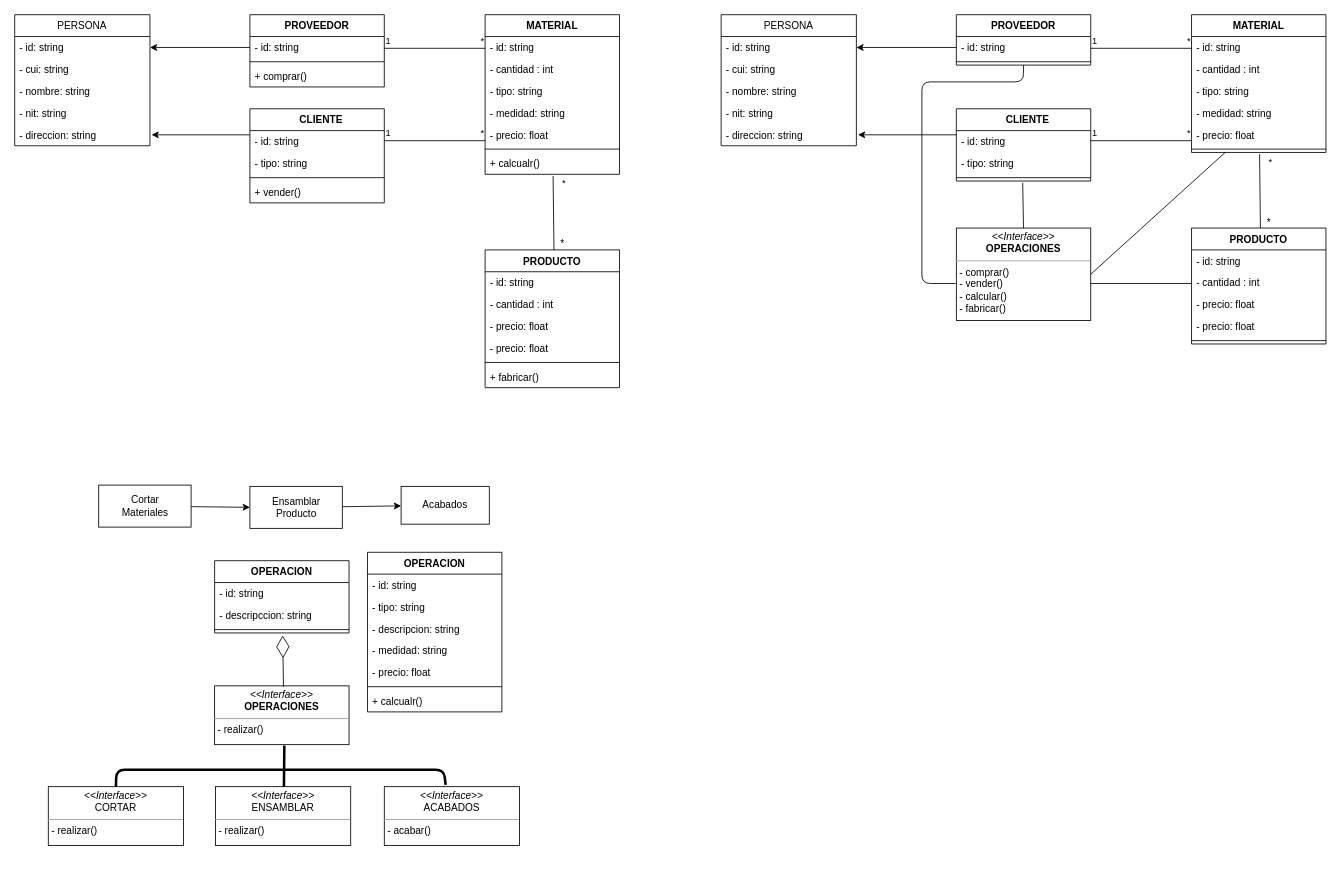
The draw.io diagram UML-Fabrica.drawio in descobar2/Fabrica, before the edit. Source tidied: cells renumbered, new cells numbered last; positions are measured from the earlier drawing's top-left corner, leaving out a move shared by most shapes. Both pictures are drawn from the tidied source at 84%, with x=0, y=0 at pixel (14, 14).
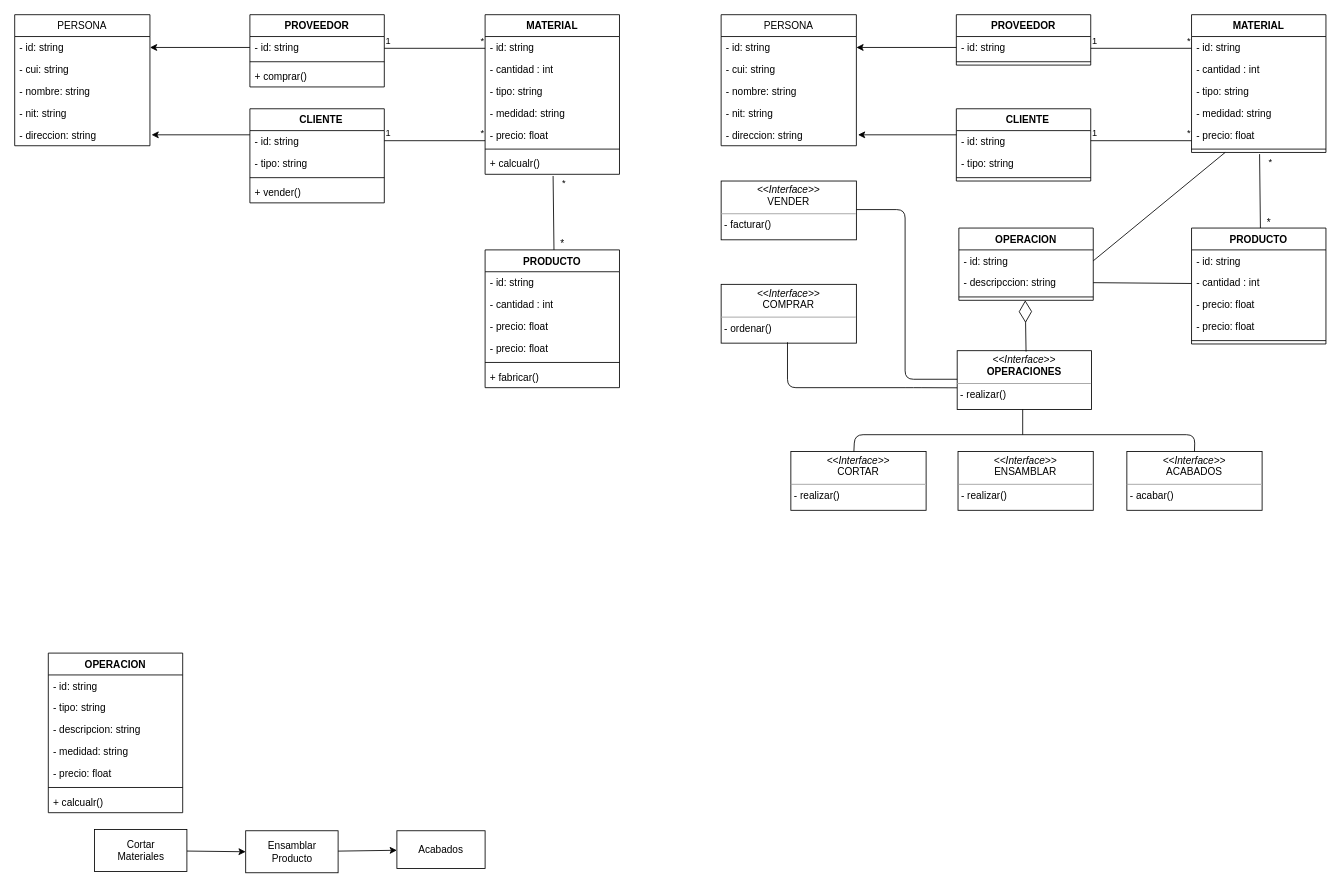
After the change.

Commit message:
Actualizacion uml

Unchanged cells that the change refers to:
```xml
<mxCell id="11" value="- id: string" style="text;strokeColor=none;fillColor=none;align=left;verticalAlign=top;spacingLeft=4;spacingRight=4;overflow=hidden;points=[[0,0.5],[1,0.5]];portConstraint=eastwest;" parent="10" vertex="1">
  <mxGeometry y="26" width="160" height="26" as="geometry" />
</mxCell>
<mxCell id="12" value="- descripccion: string" style="text;strokeColor=none;fillColor=none;align=left;verticalAlign=top;spacingLeft=4;spacingRight=4;overflow=hidden;points=[[0,0.5],[1,0.5]];portConstraint=eastwest;" parent="10" vertex="1">
  <mxGeometry y="52" width="160" height="26" as="geometry" />
</mxCell>
<mxCell id="62" value="MATERIAL" style="swimlane;fontStyle=1;align=center;verticalAlign=top;horizontal=1;startSize=26;" parent="1" vertex="1">
  <mxGeometry x="1401" width="160" height="164" as="geometry" />
</mxCell>
<mxCell id="79" value="PROVEEDOR" style="swimlane;fontStyle=1;align=center;verticalAlign=top;horizontal=1;startSize=26;" parent="1" vertex="1">
  <mxGeometry x="1121" width="160" height="60" as="geometry" />
</mxCell>
```

What changed in the source:
```diff
@@
     <mxCell id="10" value="OPERACION" style="swimlane;fontStyle=1;align=center;verticalAlign=top;horizontal=1;startSize=26;" parent="1" vertex="1">
-      <mxGeometry x="238" y="650" width="160" height="86" as="geometry" />
+      <mxGeometry x="1124" y="254" width="160" height="86" as="geometry" />
     </mxCell>
@@
     <mxCell id="30" value="Cortar &lt;br&gt;Materiales" style="html=1;" parent="1" vertex="1">
-      <mxGeometry x="100" y="560" width="110" height="50" as="geometry" />
+      <mxGeometry x="95" y="970" width="110" height="50" as="geometry" />
     </mxCell>
@@
     <mxCell id="32" value="Ensamblar &lt;br&gt;Producto" style="html=1;" parent="1" vertex="1">
-      <mxGeometry x="280" y="561.5" width="110" height="50" as="geometry" />
+      <mxGeometry x="275" y="971.5" width="110" height="50" as="geometry" />
     </mxCell>
     <mxCell id="33" value="Acabados" style="whiteSpace=wrap;html=1;" parent="1" vertex="1">
-      <mxGeometry x="460" y="561.5" width="105" height="45" as="geometry" />
+      <mxGeometry x="455" y="971.5" width="105" height="45" as="geometry" />
     </mxCell>
     <mxCell id="34" value="&lt;p style=&quot;margin:0px;margin-top:4px;text-align:center;&quot;&gt;&lt;i&gt;&amp;lt;&amp;lt;Interface&amp;gt;&amp;gt;&lt;/i&gt;&lt;br&gt;&lt;b&gt;OPERACIONES&lt;/b&gt;&lt;/p&gt;&lt;hr size=&quot;1&quot;&gt;&lt;p style=&quot;margin:0px;margin-left:4px;&quot;&gt;- realizar()&lt;br&gt;&lt;/p&gt;" style="verticalAlign=top;align=left;overflow=fill;fontSize=12;fontFamily=Helvetica;html=1;" parent="1" vertex="1">
-      <mxGeometry x="238" y="799" width="160" height="70" as="geometry" />
+      <mxGeometry x="1122" y="400" width="160" height="70" as="geometry" />
     </mxCell>
     <mxCell id="35" style="endArrow=diamondThin;endFill=0;endSize=24;html=1;exitX=0.7;exitY=0.014;exitDx=0;exitDy=0;exitPerimeter=0;" parent="1" edge="1">
       <mxGeometry relative="1" as="geometry">
-        <mxPoint x="320" y="800" as="sourcePoint" />
-        <mxPoint x="319" y="739" as="targetPoint" />
+        <mxPoint x="1204" y="401" as="sourcePoint" />
+        <mxPoint x="1203" y="340" as="targetPoint" />
       </mxGeometry>
     </mxCell>
-    <mxCell id="36" value="&lt;p style=&quot;margin:0px;margin-top:4px;text-align:center;&quot;&gt;&lt;i&gt;&amp;lt;&amp;lt;Interface&amp;gt;&amp;gt;&lt;/i&gt;&lt;br&gt;&lt;/p&gt;&lt;div style=&quot;text-align: center;&quot;&gt;&lt;span style=&quot;background-color: initial;&quot;&gt;CORTAR&lt;/span&gt;&lt;/div&gt;&lt;hr size=&quot;1&quot;&gt;&lt;p style=&quot;margin:0px;margin-left:4px;&quot;&gt;- realizar()&lt;br&gt;&lt;/p&gt;" style="verticalAlign=top;align=left;overflow=fill;fontSize=12;fontFamily=Helvetica;html=1;" parent="1" vertex="1">
-      <mxGeometry x="40" y="919" width="161" height="70" as="geometry" />
+    <mxCell id="36" value="&lt;p style=&quot;margin:0px;margin-top:4px;text-align:center;&quot;&gt;&lt;i&gt;&amp;lt;&amp;lt;Interface&amp;gt;&amp;gt;&lt;/i&gt;&lt;br&gt;&lt;/p&gt;&lt;div style=&quot;text-align: center;&quot;&gt;&lt;span style=&quot;background-color: initial;&quot;&gt;CORTAR&lt;/span&gt;&lt;/div&gt;&lt;hr size=&quot;1&quot;&gt;&lt;p style=&quot;margin:0px;margin-left:4px;&quot;&gt;- realizar()&lt;br&gt;&lt;/p&gt;&lt;p style=&quot;margin:0px;margin-left:4px;&quot;&gt;&lt;br&gt;&lt;/p&gt;" style="verticalAlign=top;align=left;overflow=fill;fontSize=12;fontFamily=Helvetica;html=1;" parent="1" vertex="1">
+      <mxGeometry x="924" y="520" width="161" height="70" as="geometry" />
     </mxCell>
     <mxCell id="37" value="&lt;p style=&quot;margin:0px;margin-top:4px;text-align:center;&quot;&gt;&lt;i&gt;&amp;lt;&amp;lt;Interface&amp;gt;&amp;gt;&lt;/i&gt;&lt;br&gt;&lt;/p&gt;&lt;div style=&quot;text-align: center;&quot;&gt;ENSAMBLAR&lt;/div&gt;&lt;hr size=&quot;1&quot;&gt;&lt;p style=&quot;margin:0px;margin-left:4px;&quot;&gt;- realizar()&lt;br&gt;&lt;/p&gt;" style="verticalAlign=top;align=left;overflow=fill;fontSize=12;fontFamily=Helvetica;html=1;" parent="1" vertex="1">
-      <mxGeometry x="239" y="919" width="161" height="70" as="geometry" />
+      <mxGeometry x="1123" y="520" width="161" height="70" as="geometry" />
     </mxCell>
     <mxCell id="38" value="&lt;p style=&quot;margin:0px;margin-top:4px;text-align:center;&quot;&gt;&lt;i&gt;&amp;lt;&amp;lt;Interface&amp;gt;&amp;gt;&lt;/i&gt;&lt;br&gt;&lt;/p&gt;&lt;div style=&quot;text-align: center;&quot;&gt;ACABADOS&lt;/div&gt;&lt;hr size=&quot;1&quot;&gt;&lt;p style=&quot;margin:0px;margin-left:4px;&quot;&gt;- acabar()&lt;br&gt;&lt;/p&gt;" style="verticalAlign=top;align=left;overflow=fill;fontSize=12;fontFamily=Helvetica;html=1;" parent="1" vertex="1">
-      <mxGeometry x="440" y="919" width="161" height="70" as="geometry" />
+      <mxGeometry x="1324" y="520" width="161" height="70" as="geometry" />
     </mxCell>
-    <mxCell id="39" style="endArrow=none;startArrow=none;endFill=0;startFill=0;endSize=8;html=1;verticalAlign=bottom;labelBackgroundColor=none;strokeWidth=3;entryX=0.447;entryY=-0.029;entryDx=0;entryDy=0;entryPerimeter=0;exitX=0.5;exitY=0;exitDx=0;exitDy=0;" parent="1" edge="1" source="36">
-      <mxGeometry relative="1" as="geometry">
-        <mxPoint x="513" y="917" as="targetPoint" />
-        <Array as="points">
-          <mxPoint x="121" y="899" />
-          <mxPoint x="511" y="899" />
-        </Array>
-      </mxGeometry>
-    </mxCell>
@@
-    <mxCell id="42" style="endArrow=none;startArrow=none;endFill=0;startFill=0;endSize=8;html=1;verticalAlign=bottom;labelBackgroundColor=none;strokeWidth=3;exitX=0.5;exitY=0;exitDx=0;exitDy=0;" parent="1" edge="1">
-      <mxGeometry relative="1" as="geometry">
-        <mxPoint x="320.5" y="919" as="sourcePoint" />
-        <mxPoint x="321" y="870" as="targetPoint" />
-      </mxGeometry>
-    </mxCell>
     <mxCell id="43" value="OPERACION" style="swimlane;fontStyle=1;align=center;verticalAlign=top;horizontal=1;startSize=26;" parent="1" vertex="1">
-      <mxGeometry x="420" y="640" width="160" height="190" as="geometry" />
+      <mxGeometry x="40" y="760" width="160" height="190" as="geometry" />
     </mxCell>
@@
-    <mxCell id="94" value="&lt;p style=&quot;margin:0px;margin-top:4px;text-align:center;&quot;&gt;&lt;i&gt;&amp;lt;&amp;lt;Interface&amp;gt;&amp;gt;&lt;/i&gt;&lt;br&gt;&lt;b&gt;OPERACIONES&lt;/b&gt;&lt;/p&gt;&lt;hr size=&quot;1&quot;&gt;&lt;p style=&quot;margin:0px;margin-left:4px;&quot;&gt;- comprar()&lt;br&gt;&lt;/p&gt;&lt;p style=&quot;margin:0px;margin-left:4px;&quot;&gt;- vender()&lt;/p&gt;&lt;p style=&quot;margin:0px;margin-left:4px;&quot;&gt;- calcular()&lt;/p&gt;&lt;p style=&quot;margin:0px;margin-left:4px;&quot;&gt;- fabricar()&lt;/p&gt;" style="verticalAlign=top;align=left;overflow=fill;fontSize=12;fontFamily=Helvetica;html=1;" parent="1" vertex="1">
-      <mxGeometry x="1121" y="254" width="160" height="110" as="geometry" />
-    </mxCell>
-    <mxCell id="95" value="&amp;nbsp; &amp;nbsp; &amp;nbsp; &amp;nbsp; &amp;nbsp; &amp;nbsp; &amp;nbsp; &amp;nbsp; &amp;nbsp; &amp;nbsp; &amp;nbsp; &amp;nbsp; &amp;nbsp; &amp;nbsp; &amp;nbsp; &amp;nbsp; &amp;nbsp; &amp;nbsp;" style="html=1;verticalAlign=bottom;labelBackgroundColor=none;endArrow=none;endFill=0;endSize=6;align=left;" parent="1" edge="1">
+    <mxCell id="95" value="&amp;nbsp; &amp;nbsp; &amp;nbsp; &amp;nbsp; &amp;nbsp; &amp;nbsp; &amp;nbsp; &amp;nbsp; &amp;nbsp; &amp;nbsp; &amp;nbsp; &amp;nbsp; &amp;nbsp; &amp;nbsp; &amp;nbsp; &amp;nbsp; &amp;nbsp; &amp;nbsp;" style="html=1;verticalAlign=bottom;labelBackgroundColor=none;endArrow=none;endFill=0;endSize=6;align=left;exitX=1;exitY=0.5;exitDx=0;exitDy=0;" parent="1" edge="1" source="12">
       <mxGeometry x="-1" relative="1" as="geometry">
-        <mxPoint x="1281" y="320" as="sourcePoint" />
         <mxPoint x="1401" y="320" as="targetPoint" />
       </mxGeometry>
     </mxCell>
-    <mxCell id="96" value="&amp;nbsp; &amp;nbsp; &amp;nbsp; &amp;nbsp; &amp;nbsp; &amp;nbsp; &amp;nbsp; &amp;nbsp; &amp;nbsp; &amp;nbsp; &amp;nbsp; &amp;nbsp; &amp;nbsp; &amp;nbsp; &amp;nbsp; &amp;nbsp; &amp;nbsp; &amp;nbsp;" style="html=1;verticalAlign=bottom;labelBackgroundColor=none;endArrow=none;endFill=0;endSize=6;align=left;entryX=0.25;entryY=1;entryDx=0;entryDy=0;exitX=1;exitY=0.5;exitDx=0;exitDy=0;" parent="1" edge="1" source="94" target="62">
+    <mxCell id="96" value="&amp;nbsp; &amp;nbsp; &amp;nbsp; &amp;nbsp; &amp;nbsp; &amp;nbsp; &amp;nbsp; &amp;nbsp; &amp;nbsp; &amp;nbsp; &amp;nbsp; &amp;nbsp; &amp;nbsp; &amp;nbsp; &amp;nbsp; &amp;nbsp; &amp;nbsp; &amp;nbsp;" style="html=1;verticalAlign=bottom;labelBackgroundColor=none;endArrow=none;endFill=0;endSize=6;align=left;entryX=0.25;entryY=1;entryDx=0;entryDy=0;exitX=1;exitY=0.5;exitDx=0;exitDy=0;" parent="1" edge="1" source="11" target="62">
       <mxGeometry x="-1" relative="1" as="geometry" />
     </mxCell>
-    <mxCell id="97" value="&amp;nbsp; &amp;nbsp; &amp;nbsp; &amp;nbsp; &amp;nbsp; &amp;nbsp; &amp;nbsp; &amp;nbsp; &amp;nbsp; &amp;nbsp; &amp;nbsp; &amp;nbsp; &amp;nbsp; &amp;nbsp; &amp;nbsp; &amp;nbsp; &amp;nbsp; &amp;nbsp;" style="html=1;verticalAlign=bottom;labelBackgroundColor=none;endArrow=none;endFill=0;endSize=6;align=left;entryX=0.5;entryY=0;entryDx=0;entryDy=0;" parent="1" edge="1" target="94">
-      <mxGeometry x="-1" relative="1" as="geometry">
-        <mxPoint x="1200" y="200" as="sourcePoint" />
-      </mxGeometry>
-    </mxCell>
-    <mxCell id="98" value="&amp;nbsp; &amp;nbsp; &amp;nbsp; &amp;nbsp; &amp;nbsp; &amp;nbsp; &amp;nbsp; &amp;nbsp; &amp;nbsp; &amp;nbsp; &amp;nbsp; &amp;nbsp; &amp;nbsp; &amp;nbsp; &amp;nbsp; &amp;nbsp; &amp;nbsp; &amp;nbsp;" style="html=1;verticalAlign=bottom;labelBackgroundColor=none;endArrow=none;endFill=0;endSize=6;align=left;entryX=0.5;entryY=1;entryDx=0;entryDy=0;exitX=-0.006;exitY=0.6;exitDx=0;exitDy=0;exitPerimeter=0;" parent="1" edge="1" source="94" target="79">
-      <mxGeometry x="-0.81" y="-30" relative="1" as="geometry">
-        <Array as="points">
-          <mxPoint x="1080" y="320" />
-          <mxPoint x="1080" y="80" />
-          <mxPoint x="1201" y="80" />
-        </Array>
-      </mxGeometry>
-    </mxCell>
+    <mxCell id="99" value="&lt;p style=&quot;margin:0px;margin-top:4px;text-align:center;&quot;&gt;&lt;i&gt;&amp;lt;&amp;lt;Interface&amp;gt;&amp;gt;&lt;/i&gt;&lt;br&gt;&lt;/p&gt;&lt;div style=&quot;text-align: center;&quot;&gt;COMPRAR&lt;/div&gt;&lt;hr size=&quot;1&quot;&gt;&lt;p style=&quot;margin:0px;margin-left:4px;&quot;&gt;- ordenar()&lt;br&gt;&lt;/p&gt;&lt;p style=&quot;margin:0px;margin-left:4px;&quot;&gt;&lt;br&gt;&lt;/p&gt;" style="verticalAlign=top;align=left;overflow=fill;fontSize=12;fontFamily=Helvetica;html=1;" parent="1" vertex="1">
+      <mxGeometry x="841" y="321" width="161" height="70" as="geometry" />
+    </mxCell>
+    <mxCell id="100" value="&lt;p style=&quot;margin:0px;margin-top:4px;text-align:center;&quot;&gt;&lt;i&gt;&amp;lt;&amp;lt;Interface&amp;gt;&amp;gt;&lt;/i&gt;&lt;br&gt;&lt;/p&gt;&lt;div style=&quot;text-align: center;&quot;&gt;VENDER&lt;/div&gt;&lt;hr size=&quot;1&quot;&gt;&lt;p style=&quot;margin:0px;margin-left:4px;&quot;&gt;- facturar()&lt;br&gt;&lt;/p&gt;&lt;p style=&quot;margin:0px;margin-left:4px;&quot;&gt;&lt;br&gt;&lt;/p&gt;" style="verticalAlign=top;align=left;overflow=fill;fontSize=12;fontFamily=Helvetica;html=1;" parent="1" vertex="1">
+      <mxGeometry x="841" y="198" width="161" height="70" as="geometry" />
+    </mxCell>
+    <mxCell id="101" value="&amp;nbsp; &amp;nbsp; &amp;nbsp; &amp;nbsp; &amp;nbsp; &amp;nbsp; &amp;nbsp; &amp;nbsp; &amp;nbsp; &amp;nbsp; &amp;nbsp; &amp;nbsp; &amp;nbsp; &amp;nbsp; &amp;nbsp; &amp;nbsp; &amp;nbsp; &amp;nbsp;" style="html=1;verticalAlign=bottom;labelBackgroundColor=none;endArrow=none;endFill=0;endSize=6;align=left;entryX=0;entryY=0.5;entryDx=0;entryDy=0;exitX=1;exitY=0.5;exitDx=0;exitDy=0;" parent="1" edge="1">
+      <mxGeometry x="-1" relative="1" as="geometry">
+        <mxPoint x="1002" y="232" as="sourcePoint" />
+        <mxPoint x="1122" y="434" as="targetPoint" />
+        <Array as="points">
+          <mxPoint x="1060" y="232" />
+          <mxPoint x="1060" y="434" />
+        </Array>
+      </mxGeometry>
+    </mxCell>
+    <mxCell id="102" value="&amp;nbsp; &amp;nbsp; &amp;nbsp; &amp;nbsp; &amp;nbsp; &amp;nbsp; &amp;nbsp; &amp;nbsp; &amp;nbsp; &amp;nbsp; &amp;nbsp; &amp;nbsp; &amp;nbsp; &amp;nbsp; &amp;nbsp; &amp;nbsp; &amp;nbsp; &amp;nbsp;" style="html=1;verticalAlign=bottom;labelBackgroundColor=none;endArrow=none;endFill=0;endSize=6;align=left;entryX=-0.001;entryY=0.631;entryDx=0;entryDy=0;entryPerimeter=0;" parent="1" edge="1" target="34">
+      <mxGeometry x="-1" relative="1" as="geometry">
+        <mxPoint x="920" y="390" as="sourcePoint" />
+        <Array as="points">
+          <mxPoint x="920" y="444" />
+          <mxPoint x="1070" y="444" />
+        </Array>
+      </mxGeometry>
+    </mxCell>
+    <mxCell id="103" value="&amp;nbsp; &amp;nbsp; &amp;nbsp; &amp;nbsp; &amp;nbsp; &amp;nbsp; &amp;nbsp; &amp;nbsp; &amp;nbsp; &amp;nbsp; &amp;nbsp; &amp;nbsp; &amp;nbsp; &amp;nbsp; &amp;nbsp; &amp;nbsp; &amp;nbsp; &amp;nbsp;" style="html=1;verticalAlign=bottom;labelBackgroundColor=none;endArrow=none;endFill=0;endSize=6;align=left;exitX=0.466;exitY=0;exitDx=0;exitDy=0;exitPerimeter=0;entryX=0.5;entryY=0;entryDx=0;entryDy=0;" parent="1" edge="1" source="36" target="38">
+      <mxGeometry x="-1" relative="1" as="geometry">
+        <Array as="points">
+          <mxPoint x="1000" y="500" />
+          <mxPoint x="1405" y="500" />
+        </Array>
+      </mxGeometry>
+    </mxCell>
+    <mxCell id="104" value="&amp;nbsp; &amp;nbsp; &amp;nbsp; &amp;nbsp; &amp;nbsp; &amp;nbsp; &amp;nbsp; &amp;nbsp; &amp;nbsp; &amp;nbsp; &amp;nbsp; &amp;nbsp; &amp;nbsp; &amp;nbsp; &amp;nbsp; &amp;nbsp; &amp;nbsp; &amp;nbsp;" style="html=1;verticalAlign=bottom;labelBackgroundColor=none;endArrow=none;endFill=0;endSize=6;align=left;" parent="1" edge="1">
+      <mxGeometry x="-1" relative="1" as="geometry">
+        <mxPoint x="1200" y="470" as="sourcePoint" />
+        <mxPoint x="1200" y="500" as="targetPoint" />
+      </mxGeometry>
+    </mxCell>
```
